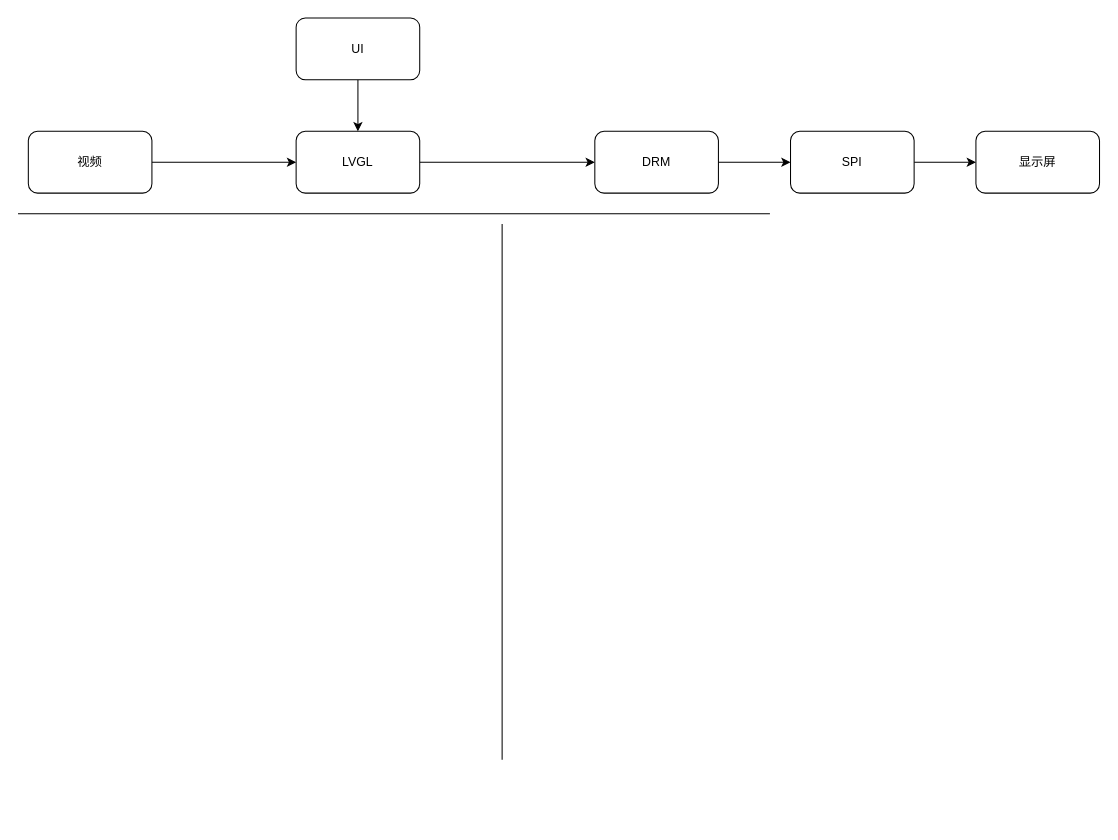
Earlier version of the draw.io diagram page "UI设计开发" (2 of 5) of 未命名绘图.drawio (halfmonth/record). Source tidied: cells renumbered, new cells numbered last; positions are measured from the earlier drawing's top-left corner, leaving out a move shared by most shapes. Both pictures are drawn from the tidied source at 103%, with x=0, y=0 at pixel (18, 18).
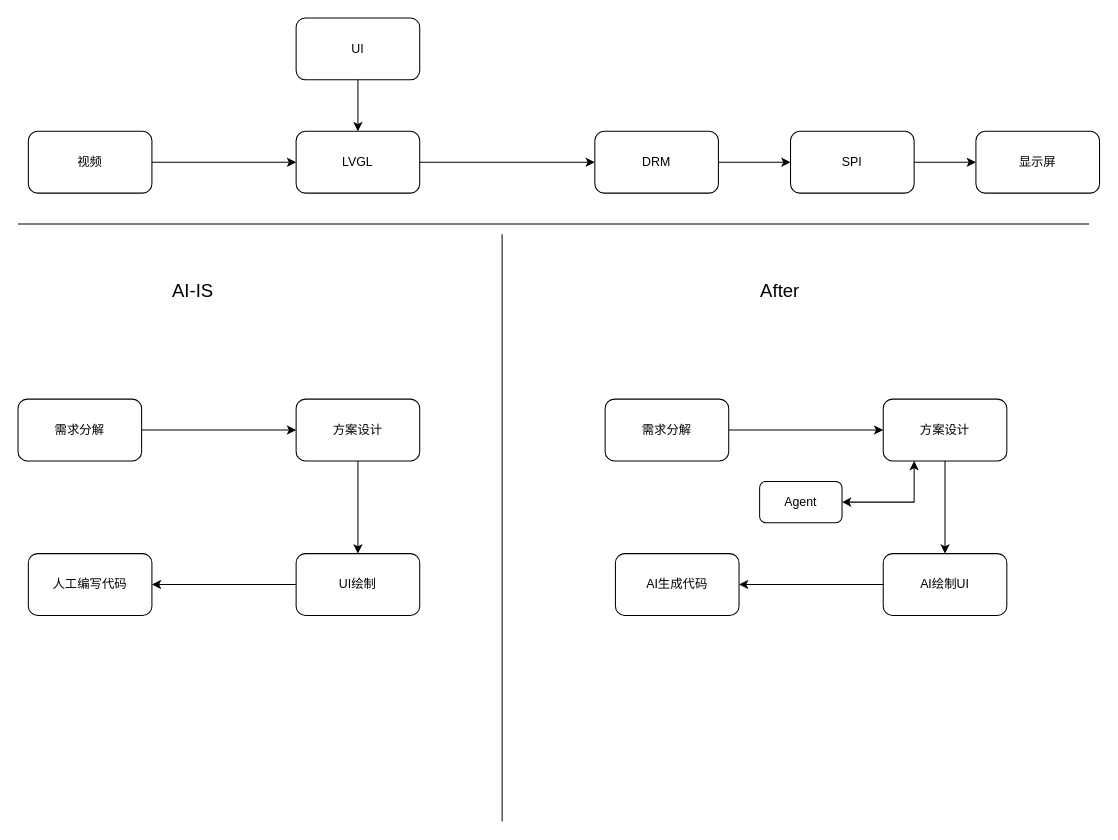
Above is the later version.

The edit, as a diff of the source:
```diff
@@
     <mxCell id="13" style="endArrow=none;html=1;rounded=0;" parent="1" edge="1">
       <mxGeometry relative="1" as="geometry">
-        <mxPoint x="470" y="720" as="sourcePoint" />
-        <mxPoint x="470" y="200" as="targetPoint" />
+        <mxPoint x="470" y="780" as="sourcePoint" />
+        <mxPoint x="470" y="210" as="targetPoint" />
       </mxGeometry>
     </mxCell>
     <mxCell id="14" style="endArrow=none;html=1;rounded=0;" parent="1" edge="1">
       <mxGeometry relative="1" as="geometry">
-        <mxPoint y="190" as="sourcePoint" />
-        <mxPoint x="730" y="190" as="targetPoint" />
+        <mxPoint y="200" as="sourcePoint" />
+        <mxPoint x="1040" y="200" as="targetPoint" />
       </mxGeometry>
     </mxCell>
+    <mxCell id="15" value="&lt;font style=&quot;font-size: 18px;&quot;&gt;AI-IS&lt;/font&gt;" style="text;html=1;whiteSpace=wrap;strokeColor=none;fillColor=none;align=center;verticalAlign=middle;rounded=0;" parent="1" vertex="1">
+      <mxGeometry x="140" y="250" width="60" height="30" as="geometry" />
+    </mxCell>
+    <mxCell id="16" value="&lt;font style=&quot;font-size: 18px;&quot;&gt;After&lt;/font&gt;" style="text;html=1;whiteSpace=wrap;strokeColor=none;fillColor=none;align=center;verticalAlign=middle;rounded=0;" parent="1" vertex="1">
+      <mxGeometry x="710" y="250" width="60" height="30" as="geometry" />
+    </mxCell>
+    <mxCell id="17" style="edgeStyle=orthogonalEdgeStyle;rounded=0;jettySize=auto;html=1;entryX=0;entryY=0.5;entryDx=0;entryDy=0;" parent="1" edge="1" source="18" target="20">
+      <mxGeometry relative="1" as="geometry" />
+    </mxCell>
+    <mxCell id="18" value="需求分解" style="rounded=1;whiteSpace=wrap;html=1;" parent="1" vertex="1">
+      <mxGeometry y="370" width="120" height="60" as="geometry" />
+    </mxCell>
+    <mxCell id="19" style="edgeStyle=orthogonalEdgeStyle;rounded=0;jettySize=auto;html=1;entryX=0.5;entryY=0;entryDx=0;entryDy=0;" parent="1" edge="1" source="20" target="22">
+      <mxGeometry relative="1" as="geometry" />
+    </mxCell>
+    <mxCell id="20" value="方案设计" style="rounded=1;whiteSpace=wrap;html=1;" parent="1" vertex="1">
+      <mxGeometry x="270" y="370" width="120" height="60" as="geometry" />
+    </mxCell>
+    <mxCell id="21" style="edgeStyle=orthogonalEdgeStyle;rounded=0;jettySize=auto;html=1;entryX=1;entryY=0.5;entryDx=0;entryDy=0;" parent="1" edge="1" source="22" target="23">
+      <mxGeometry relative="1" as="geometry" />
+    </mxCell>
+    <mxCell id="22" value="UI绘制" style="rounded=1;whiteSpace=wrap;html=1;" parent="1" vertex="1">
+      <mxGeometry x="270" y="520" width="120" height="60" as="geometry" />
+    </mxCell>
+    <mxCell id="23" value="人工编写代码" style="rounded=1;whiteSpace=wrap;html=1;" parent="1" vertex="1">
+      <mxGeometry x="10" y="520" width="120" height="60" as="geometry" />
+    </mxCell>
+    <mxCell id="24" style="edgeStyle=orthogonalEdgeStyle;rounded=0;jettySize=auto;html=1;entryX=0;entryY=0.5;entryDx=0;entryDy=0;" parent="1" edge="1" source="25" target="27">
+      <mxGeometry relative="1" as="geometry" />
+    </mxCell>
+    <mxCell id="25" value="需求分解" style="rounded=1;whiteSpace=wrap;html=1;" parent="1" vertex="1">
+      <mxGeometry x="570" y="370" width="120" height="60" as="geometry" />
+    </mxCell>
+    <mxCell id="26" style="edgeStyle=orthogonalEdgeStyle;rounded=0;jettySize=auto;html=1;entryX=0.5;entryY=0;entryDx=0;entryDy=0;" parent="1" edge="1" source="27" target="29">
+      <mxGeometry relative="1" as="geometry" />
+    </mxCell>
+    <mxCell id="27" value="方案设计" style="rounded=1;whiteSpace=wrap;html=1;" parent="1" vertex="1">
+      <mxGeometry x="840" y="370" width="120" height="60" as="geometry" />
+    </mxCell>
+    <mxCell id="28" style="edgeStyle=orthogonalEdgeStyle;rounded=0;jettySize=auto;html=1;entryX=1;entryY=0.5;entryDx=0;entryDy=0;" parent="1" edge="1" source="29" target="30">
+      <mxGeometry relative="1" as="geometry" />
+    </mxCell>
+    <mxCell id="29" value="AI绘制UI" style="rounded=1;whiteSpace=wrap;html=1;" parent="1" vertex="1">
+      <mxGeometry x="840" y="520" width="120" height="60" as="geometry" />
+    </mxCell>
+    <mxCell id="30" value="AI生成代码" style="rounded=1;whiteSpace=wrap;html=1;" parent="1" vertex="1">
+      <mxGeometry x="580" y="520" width="120" height="60" as="geometry" />
+    </mxCell>
+    <mxCell id="31" style="edgeStyle=orthogonalEdgeStyle;rounded=0;jettySize=auto;html=1;entryX=0.25;entryY=1;entryDx=0;entryDy=0;startArrow=classic;startFill=1;" parent="1" edge="1" source="32" target="27">
+      <mxGeometry relative="1" as="geometry" />
+    </mxCell>
+    <mxCell id="32" value="Agent" style="rounded=1;whiteSpace=wrap;html=1;" parent="1" vertex="1">
+      <mxGeometry x="720" y="450" width="80" height="40" as="geometry" />
+    </mxCell>
```
